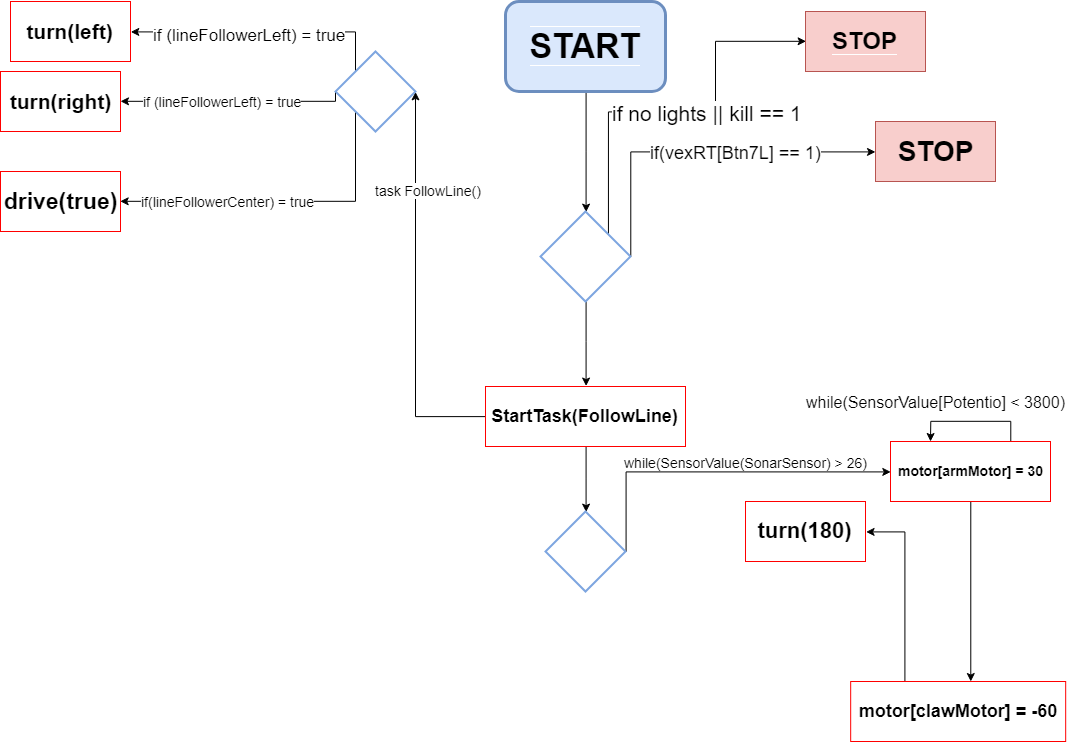
This is verkefni6/verkefni6_flaedirit.png from BergurIngiO/rob2a, a draw.io export, as it was before one commit. Source tidied: cells renumbered, new cells last; positions are measured from the earlier drawing's top-left corner, leaving out a move shared by most shapes.
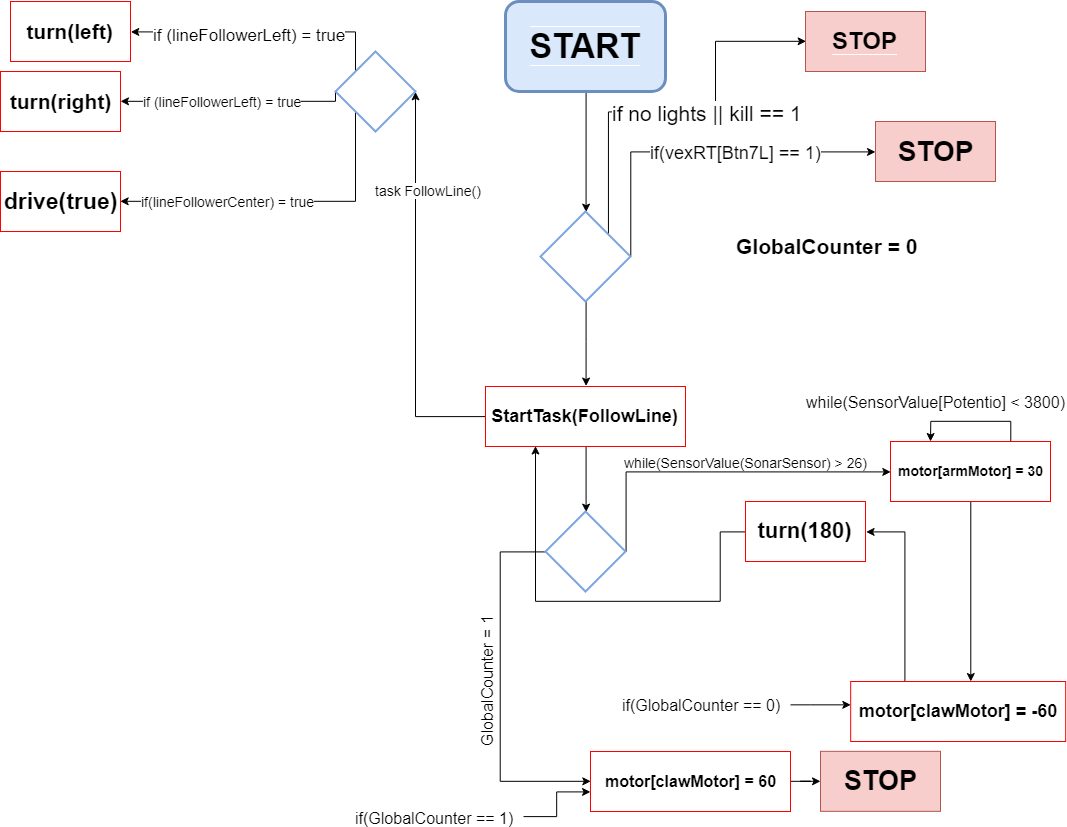
After the commit.

Diff of the diagram source:
```diff
@@ -134,6 +134,15 @@
         <mxPoint x="288" y="-119.5" as="offset" />
       </mxGeometry>
     </mxCell>
+    <mxCell id="37" style="edgeStyle=orthogonalEdgeStyle;rounded=0;html=1;exitX=0;exitY=0.5;jettySize=auto;fontSize=16;fontColor=#000000;" parent="1" edge="1" source="29">
+      <mxGeometry relative="1" as="geometry">
+        <mxPoint x="590" y="780" as="targetPoint" />
+        <Array as="points">
+          <mxPoint x="500" y="550" />
+          <mxPoint x="500" y="780" />
+        </Array>
+      </mxGeometry>
+    </mxCell>
     <mxCell id="29" style="rhombus;whiteSpace=wrap;html=1;strokeWidth=2;strokeColor=#7EA6E0;" parent="1" vertex="1">
       <mxGeometry x="545" y="510" width="80" height="80" as="geometry" />
     </mxCell>
@@ -159,8 +168,56 @@
     <mxCell id="35" value="&lt;font style=&quot;font-size: 18px&quot;&gt;&lt;b&gt;motor[clawMotor] = -60&lt;/b&gt;&lt;/font&gt;" style="rounded=0;whiteSpace=wrap;html=1;strokeColor=#FF0000;" parent="1" vertex="1">
       <mxGeometry x="850.2" y="680" width="215" height="60" as="geometry" />
     </mxCell>
+    <mxCell id="38" style="edgeStyle=orthogonalEdgeStyle;rounded=0;html=1;exitX=0;exitY=0.5;entryX=0.25;entryY=1;jettySize=auto;fontSize=16;fontColor=#000000;" parent="1" edge="1" source="36" target="26">
+      <mxGeometry relative="1" as="geometry">
+        <Array as="points">
+          <mxPoint x="720" y="530" />
+          <mxPoint x="720" y="600" />
+          <mxPoint x="535" y="600" />
+        </Array>
+      </mxGeometry>
+    </mxCell>
+    <mxCell id="39" value="GlobalCounter = 1" style="text;html=1;align=center;verticalAlign=middle;labelBackgroundColor=#ffffff;fontSize=16;fontColor=#000000;rotation=-90;" parent="38" vertex="1">
+      <mxGeometry x="-0.42" y="2" relative="1" as="geometry">
+        <mxPoint x="-203" y="78" as="offset" />
+      </mxGeometry>
+    </mxCell>
     <mxCell id="36" value="&lt;font style=&quot;font-size: 22px&quot;&gt;&lt;b&gt;turn(180)&lt;/b&gt;&lt;/font&gt;" style="rounded=0;whiteSpace=wrap;html=1;strokeColor=#FF0000;" parent="1" vertex="1">
       <mxGeometry x="745" y="500" width="120" height="60" as="geometry" />
     </mxCell>
+    <mxCell id="40" value="&lt;font style=&quot;font-size: 21px&quot;&gt;&lt;b&gt;GlobalCounter = 0&lt;/b&gt;&lt;/font&gt;" style="text;html=1;align=left;verticalAlign=top;spacingTop=-4;fontSize=16;fontColor=#000000;" parent="1" vertex="1">
+      <mxGeometry x="734" y="230" width="200" height="20" as="geometry" />
+    </mxCell>
+    <mxCell id="41" style="edgeStyle=orthogonalEdgeStyle;rounded=0;html=1;exitX=1;exitY=0.5;jettySize=auto;fontSize=16;fontColor=#000000;" parent="1" edge="1" source="42" target="43">
+      <mxGeometry relative="1" as="geometry" />
+    </mxCell>
+    <mxCell id="42" value="&lt;b&gt;motor[clawMotor] = 60&lt;/b&gt;" style="rounded=0;whiteSpace=wrap;html=1;labelBackgroundColor=#FFFFFF;strokeColor=#FF0000;strokeWidth=1;fontSize=16;fontColor=#000000;" parent="1" vertex="1">
+      <mxGeometry x="590" y="750" width="200" height="60" as="geometry" />
+    </mxCell>
+    <mxCell id="43" value="&lt;font style=&quot;font-size: 27px&quot;&gt;&lt;b&gt;STOP&lt;/b&gt;&lt;/font&gt;" style="rounded=0;whiteSpace=wrap;html=1;fillColor=#f8cecc;strokeColor=#b85450;" parent="1" vertex="1">
+      <mxGeometry x="820" y="749.8" width="120" height="60" as="geometry" />
+    </mxCell>
+    <mxCell id="44" style="edgeStyle=orthogonalEdgeStyle;rounded=0;html=1;entryX=0.001;entryY=0.389;entryPerimeter=0;jettySize=auto;fontSize=16;fontColor=#000000;" parent="1" edge="1" source="45" target="35">
+      <mxGeometry relative="1" as="geometry">
+        <Array as="points">
+          <mxPoint x="810" y="703" />
+          <mxPoint x="810" y="703" />
+        </Array>
+      </mxGeometry>
+    </mxCell>
+    <mxCell id="45" value="if(GlobalCounter == 0)" style="text;html=1;points=[];align=left;verticalAlign=top;spacingTop=-4;fontSize=16;fontColor=#000000;" parent="1" vertex="1">
+      <mxGeometry x="620" y="692" width="170" height="20" as="geometry" />
+    </mxCell>
+    <mxCell id="46" style="edgeStyle=orthogonalEdgeStyle;rounded=0;html=1;jettySize=auto;fontSize=16;fontColor=#000000;" parent="1" edge="1" source="47" target="42">
+      <mxGeometry relative="1" as="geometry">
+        <Array as="points">
+          <mxPoint x="556" y="815" />
+          <mxPoint x="556" y="790" />
+        </Array>
+      </mxGeometry>
+    </mxCell>
+    <mxCell id="47" value="if(GlobalCounter == 1)" style="text;html=1;points=[];align=left;verticalAlign=top;spacingTop=-4;fontSize=16;fontColor=#000000;" parent="1" vertex="1">
+      <mxGeometry x="353" y="805" width="170" height="20" as="geometry" />
+    </mxCell>
   </root>
 </mxGraphModel>
```
